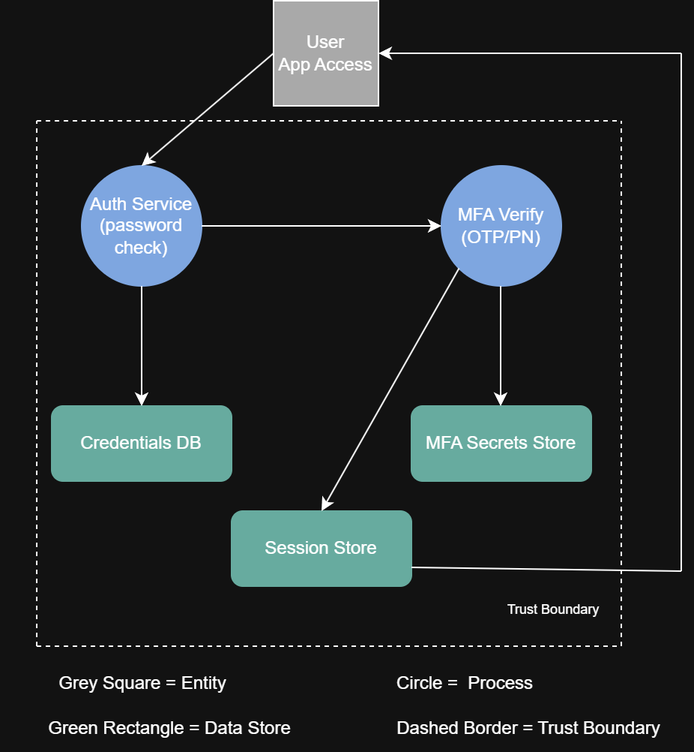
Before: _drills/login-mfa/diagram/dfd.png, a diagram exported from draw.io (hazwanamin/threat-modeling-portfolio). Source tidied: cells renumbered, new cells last; positions are measured from the earlier drawing's top-left corner, leaving out a move shared by most shapes.
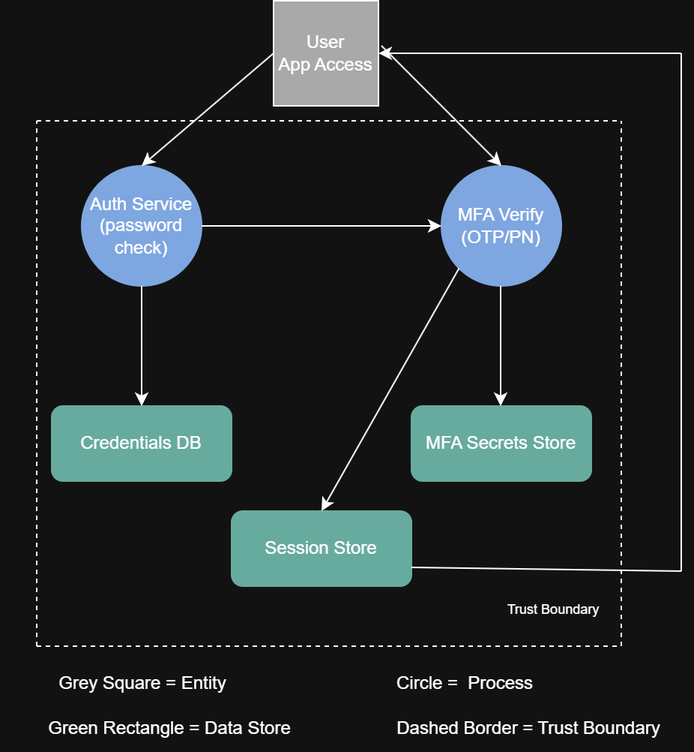
After the change.

Commit message:
Edit login-MFA DFD diagram (drawio + png)

Diff of the diagram source:
```diff
@@ -93,5 +93,10 @@
     <mxCell id="24" value="User&lt;div&gt;&lt;span style=&quot;background-color: transparent; color: light-dark(rgb(0, 0, 0), rgb(255, 255, 255));&quot;&gt;App Access&lt;/span&gt;&lt;/div&gt;" style="whiteSpace=wrap;html=1;fillColor=#4F4F4F;" parent="1" vertex="1">
       <mxGeometry x="182" width="70" height="70" as="geometry" />
     </mxCell>
+    <mxCell id="25" style="endArrow=classic;html=1;rounded=0;entryX=0.5;entryY=0;entryDx=0;entryDy=0;" parent="1" edge="1" target="6">
+      <mxGeometry relative="1" as="geometry">
+        <mxPoint x="254" y="30" as="sourcePoint" />
+      </mxGeometry>
+    </mxCell>
   </root>
 </mxGraphModel>
```
